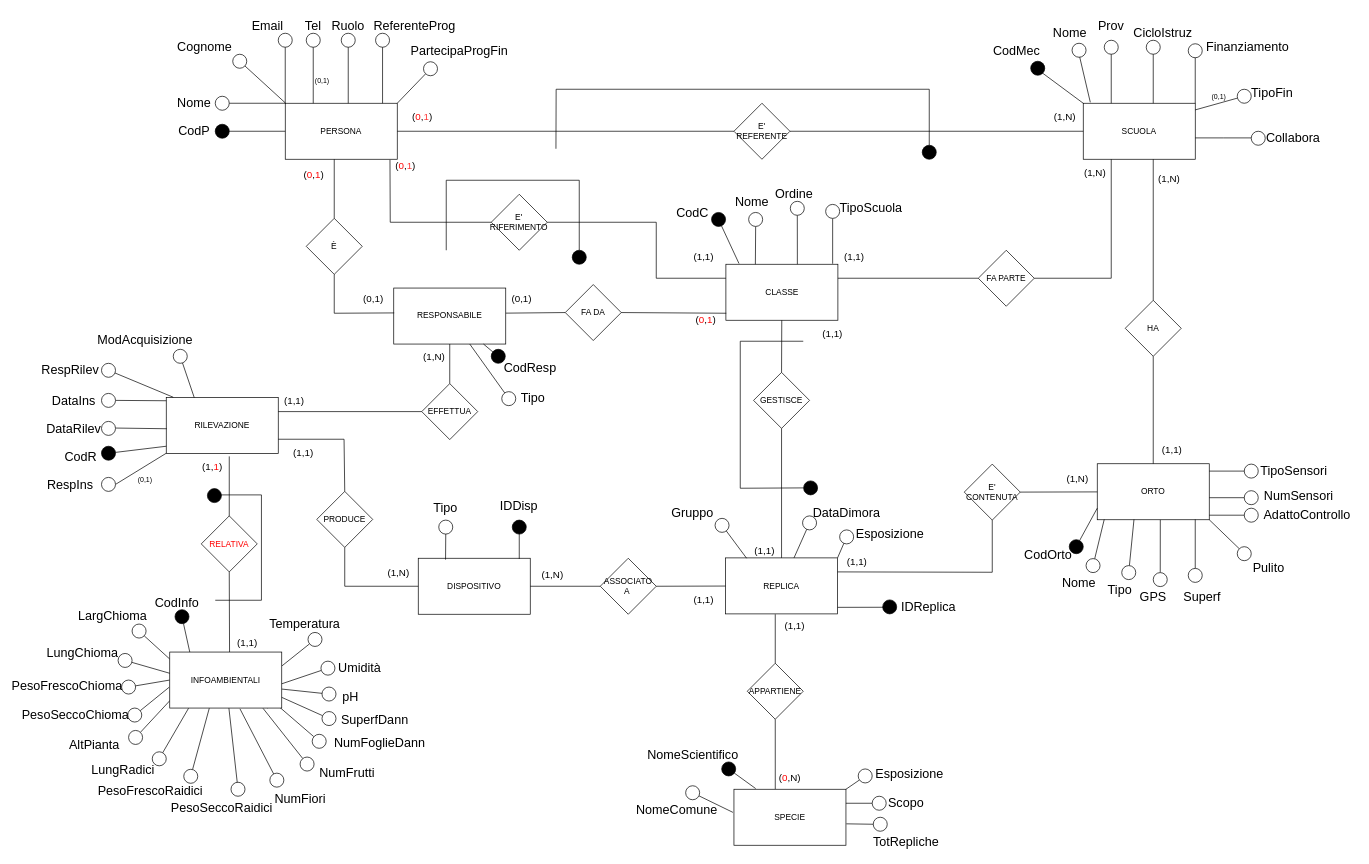
The draw.io diagram BD_ER_Restructured.drawio in pizzo-kyle/unige, before the edit. Source tidied: cells renumbered, new cells numbered last; positions are measured from the earlier drawing's top-left corner, leaving out a move shared by most shapes. Both pictures are drawn from the tidied source at 70%, with x=0, y=0 at pixel (38, 12).
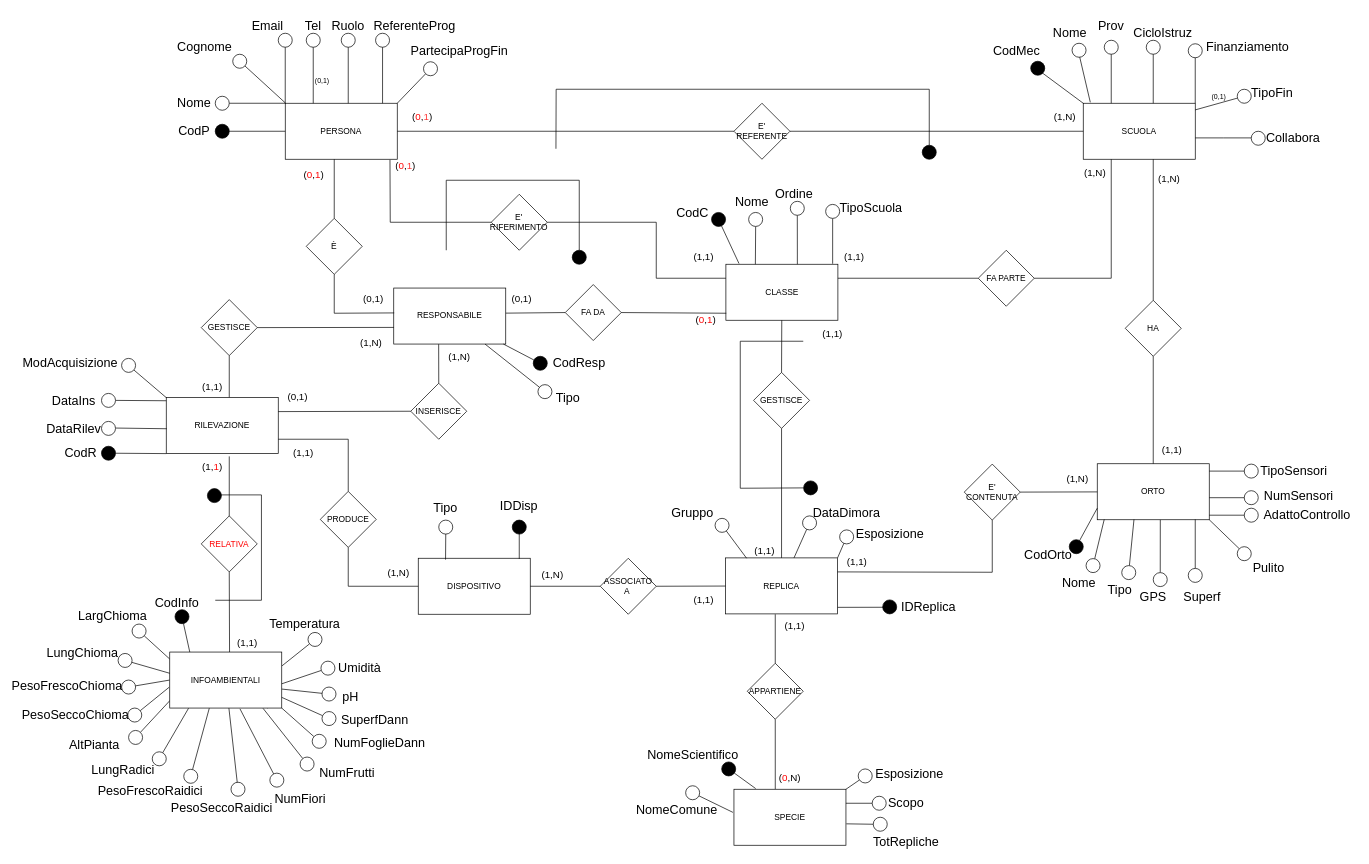
After the change.

Unchanged cells that the change refers to:
```xml
<mxCell id="10" value="RILEVAZIONE" style="rounded=0;whiteSpace=wrap;html=1;" parent="1" vertex="1">
  <mxGeometry x="182" y="550.5" width="160" height="80" as="geometry" />
</mxCell>
<mxCell id="55" style="ellipse;whiteSpace=wrap;html=1;fillColor=#000000;direction=south;" parent="1" vertex="1">
  <mxGeometry x="89.5" y="620" width="20" height="20" as="geometry" />
</mxCell>
<mxCell id="132" style="ellipse;whiteSpace=wrap;html=1;fillColor=#FFFFFF;direction=south;gradientColor=none;" parent="1" vertex="1">
  <mxGeometry x="390.5" y="1031.5" width="20" height="20" as="geometry" />
</mxCell>
<mxCell id="235" value="INFOAMBIENTALI" style="rounded=0;whiteSpace=wrap;html=1;" parent="1" vertex="1">
  <mxGeometry x="187" y="914" width="160" height="80" as="geometry" />
</mxCell>
<mxCell id="252" value="RESPONSABILE" style="rounded=0;whiteSpace=wrap;html=1;" parent="1" vertex="1">
  <mxGeometry x="507" y="394" width="160" height="80" as="geometry" />
</mxCell>
```

Diff of the diagram source:
```diff
@@
-    <mxCell id="54" style="endArrow=none;html=1;rounded=0;" parent="1" edge="1" source="55">
-      <mxGeometry relative="1" as="geometry">
-        <mxPoint x="182" y="620" as="targetPoint" />
-      </mxGeometry>
+    <mxCell id="54" style="endArrow=none;html=1;rounded=0;entryX=0;entryY=1;entryDx=0;entryDy=0;" parent="1" edge="1" source="55" target="10">
+      <mxGeometry relative="1" as="geometry" />
     </mxCell>
@@
     <mxCell id="56" value="&lt;font style=&quot;font-size: 18px;&quot;&gt;CodR&lt;/font&gt;" style="text;html=1;strokeColor=none;fillColor=none;align=center;verticalAlign=middle;whiteSpace=wrap;rounded=0;" parent="1" vertex="1">
-      <mxGeometry x="29.5" y="614.5" width="60" height="40" as="geometry" />
+      <mxGeometry x="29.5" y="610" width="60" height="40" as="geometry" />
     </mxCell>
@@
-    <mxCell id="63" style="endArrow=none;html=1;rounded=0;" parent="1" edge="1">
-      <mxGeometry relative="1" as="geometry">
-        <mxPoint x="109.5" y="674.5" as="sourcePoint" />
-        <mxPoint x="182" y="630" as="targetPoint" />
-      </mxGeometry>
-    </mxCell>
-    <mxCell id="64" style="ellipse;whiteSpace=wrap;html=1;fillColor=#FFFFFF;direction=south;gradientColor=none;" parent="1" vertex="1">
-      <mxGeometry x="89.5" y="664.5" width="20" height="20" as="geometry" />
-    </mxCell>
-    <mxCell id="65" value="&lt;span style=&quot;font-size: 18px;&quot;&gt;RespIns&lt;/span&gt;" style="text;html=1;strokeColor=none;fillColor=none;align=center;verticalAlign=middle;whiteSpace=wrap;rounded=0;" parent="1" vertex="1">
-      <mxGeometry x="-0.5" y="654.5" width="90" height="40" as="geometry" />
-    </mxCell>
@@
-    <mxCell id="131" style="endArrow=none;html=1;rounded=0;entryX=0.98;entryY=0.983;entryDx=0;entryDy=0;entryPerimeter=0;" parent="1" edge="1" source="132" target="235">
+    <mxCell id="131" style="endArrow=none;html=1;rounded=0;entryX=1;entryY=1;entryDx=0;entryDy=0;" parent="1" edge="1" source="132" target="235">
       <mxGeometry relative="1" as="geometry" />
     </mxCell>
@@
     <mxCell id="206" value="PRODUCE" style="rhombus;whiteSpace=wrap;html=1;" parent="1" vertex="1">
-      <mxGeometry x="397" y="684.5" width="80" height="80" as="geometry" />
+      <mxGeometry x="402" y="684.5" width="80" height="80" as="geometry" />
     </mxCell>
     <mxCell id="207" style="endArrow=none;html=1;rounded=0;exitX=0.5;exitY=0;exitDx=0;exitDy=0;" parent="1" edge="1" source="206">
       <mxGeometry relative="1" as="geometry">
         <mxPoint x="342" y="610" as="targetPoint" />
         <Array as="points">
-          <mxPoint x="436" y="610" />
+          <mxPoint x="442" y="610" />
         </Array>
       </mxGeometry>
     </mxCell>
     <mxCell id="208" style="endArrow=none;html=1;rounded=0;entryX=0;entryY=0.5;entryDx=0;entryDy=0;exitX=0.5;exitY=1;exitDx=0;exitDy=0;" parent="1" edge="1" source="206">
       <mxGeometry relative="1" as="geometry">
         <mxPoint x="542" y="820" as="targetPoint" />
         <Array as="points">
-          <mxPoint x="437" y="820" />
+          <mxPoint x="442" y="820" />
         </Array>
       </mxGeometry>
     </mxCell>
@@
-    <mxCell id="211" value="EFFETTUA" style="rhombus;whiteSpace=wrap;html=1;" parent="1" vertex="1">
-      <mxGeometry x="547" y="530.5" width="80" height="80" as="geometry" />
+    <mxCell id="211" value="INSERISCE" style="rhombus;whiteSpace=wrap;html=1;" parent="1" vertex="1">
+      <mxGeometry x="531.3" y="530" width="80" height="80" as="geometry" />
     </mxCell>
@@
-    <mxCell id="215" style="endArrow=none;html=1;rounded=0;entryX=0.25;entryY=0;entryDx=0;entryDy=0;" parent="1" edge="1" source="216" target="10">
+    <mxCell id="215" style="endArrow=none;html=1;rounded=0;entryX=0;entryY=0;entryDx=0;entryDy=0;" parent="1" edge="1" source="216" target="10">
       <mxGeometry relative="1" as="geometry" />
     </mxCell>
     <mxCell id="216" style="ellipse;whiteSpace=wrap;html=1;fillColor=#FFFFFF;direction=south;gradientColor=none;" parent="1" vertex="1">
-      <mxGeometry x="192" y="481.5" width="20" height="20" as="geometry" />
+      <mxGeometry x="118.2" y="494.5" width="20" height="20" as="geometry" />
     </mxCell>
     <mxCell id="217" value="&lt;span style=&quot;font-size: 18px;&quot;&gt;ModAcquisizione&lt;/span&gt;" style="text;html=1;strokeColor=none;fillColor=none;align=center;verticalAlign=middle;whiteSpace=wrap;rounded=0;" parent="1" vertex="1">
-      <mxGeometry x="107" y="449" width="90" height="40" as="geometry" />
+      <mxGeometry x="-0.5" y="481.5" width="90" height="40" as="geometry" />
     </mxCell>
@@
-    <mxCell id="248" value="&lt;font style=&quot;font-size: 10px;&quot;&gt;(0,1)&lt;/font&gt;" style="text;html=1;strokeColor=none;fillColor=none;align=center;verticalAlign=middle;whiteSpace=wrap;rounded=0;fontSize=10;" parent="1" vertex="1">
-      <mxGeometry x="127" y="652" width="50" height="30" as="geometry" />
-    </mxCell>
@@
-    <mxCell id="253" style="endArrow=none;html=1;rounded=0;exitX=0.5;exitY=0;exitDx=0;exitDy=0;" parent="1" edge="1" source="211" target="252">
+    <mxCell id="253" style="endArrow=none;html=1;rounded=0;exitX=0.5;exitY=0;exitDx=0;exitDy=0;entryX=0.401;entryY=1.003;entryDx=0;entryDy=0;entryPerimeter=0;" parent="1" edge="1" source="211" target="252">
       <mxGeometry relative="1" as="geometry" />
     </mxCell>
@@
-    <mxCell id="256" style="endArrow=none;html=1;rounded=0;entryX=1;entryY=0.25;entryDx=0;entryDy=0;exitX=0;exitY=0.5;exitDx=0;exitDy=0;" parent="1" edge="1" source="211" target="10">
+    <mxCell id="256" style="endArrow=none;html=1;rounded=0;exitX=0;exitY=0.5;exitDx=0;exitDy=0;entryX=1;entryY=0.25;entryDx=0;entryDy=0;" parent="1" edge="1" source="211" target="10">
       <mxGeometry relative="1" as="geometry" />
     </mxCell>
@@
     <mxCell id="261" value="&lt;font style=&quot;font-size: 18px;&quot;&gt;CodResp&lt;/font&gt;" style="text;html=1;strokeColor=none;fillColor=none;align=center;verticalAlign=middle;whiteSpace=wrap;rounded=0;" parent="1" vertex="1">
-      <mxGeometry x="672" y="489" width="60" height="40" as="geometry" />
+      <mxGeometry x="742" y="481.5" width="60" height="40" as="geometry" />
     </mxCell>
@@
     <mxCell id="263" style="ellipse;whiteSpace=wrap;html=1;fillColor=#000000;direction=south;" parent="1" vertex="1">
-      <mxGeometry x="646.3" y="481.5" width="20" height="20" as="geometry" />
+      <mxGeometry x="706.3" y="491.5" width="20" height="20" as="geometry" />
     </mxCell>
     <mxCell id="264" style="ellipse;whiteSpace=wrap;html=1;fillColor=#FFFFFF;direction=south;gradientColor=none;" parent="1" vertex="1">
-      <mxGeometry x="661.3" y="542" width="20" height="20" as="geometry" />
+      <mxGeometry x="713" y="532" width="20" height="20" as="geometry" />
     </mxCell>
@@
     <mxCell id="266" value="&lt;font style=&quot;font-size: 18px;&quot;&gt;Tipo&lt;/font&gt;" style="text;html=1;strokeColor=none;fillColor=none;align=center;verticalAlign=middle;whiteSpace=wrap;rounded=0;" parent="1" vertex="1">
-      <mxGeometry x="676.3" y="532" width="60" height="40" as="geometry" />
+      <mxGeometry x="726.3" y="532" width="60" height="40" as="geometry" />
     </mxCell>
@@
     <mxCell id="269" value="&lt;font style=&quot;font-size: 14px;&quot;&gt;(1,N)&lt;/font&gt;" style="text;html=1;strokeColor=none;fillColor=none;align=center;verticalAlign=middle;whiteSpace=wrap;rounded=0;" parent="1" vertex="1">
-      <mxGeometry x="542" y="481.5" width="46" height="20" as="geometry" />
+      <mxGeometry x="578.3" y="481.5" width="46" height="20" as="geometry" />
     </mxCell>
-    <mxCell id="270" value="&lt;font style=&quot;font-size: 14px;&quot;&gt;(1,1)&lt;/font&gt;" style="text;html=1;strokeColor=none;fillColor=none;align=center;verticalAlign=middle;whiteSpace=wrap;rounded=0;" parent="1" vertex="1">
-      <mxGeometry x="342" y="544.5" width="46" height="20" as="geometry" />
+    <mxCell id="270" value="&lt;font style=&quot;font-size: 14px;&quot;&gt;(0,1)&lt;/font&gt;" style="text;html=1;strokeColor=none;fillColor=none;align=center;verticalAlign=middle;whiteSpace=wrap;rounded=0;" parent="1" vertex="1">
+      <mxGeometry x="347.2" y="540" width="46" height="20" as="geometry" />
     </mxCell>
@@
-    <mxCell id="278" style="endArrow=none;html=1;rounded=0;" parent="1" edge="1" source="279">
-      <mxGeometry relative="1" as="geometry">
-        <mxPoint x="192" y="550" as="targetPoint" />
-      </mxGeometry>
-    </mxCell>
-    <mxCell id="279" style="ellipse;whiteSpace=wrap;html=1;fillColor=#FFFFFF;direction=south;gradientColor=none;" parent="1" vertex="1">
-      <mxGeometry x="89.5" y="501.5" width="20" height="20" as="geometry" />
-    </mxCell>
-    <mxCell id="280" value="&lt;span style=&quot;font-size: 18px;&quot;&gt;RespRilev&lt;/span&gt;" style="text;html=1;strokeColor=none;fillColor=none;align=center;verticalAlign=middle;whiteSpace=wrap;rounded=0;" parent="1" vertex="1">
-      <mxGeometry x="-0.5" y="491.5" width="90" height="40" as="geometry" />
-    </mxCell>
@@
+    <mxCell id="283" value="GESTISCE" style="rhombus;whiteSpace=wrap;html=1;" parent="1" vertex="1">
+      <mxGeometry x="232" y="410.5" width="80" height="80" as="geometry" />
+    </mxCell>
+    <mxCell id="284" style="endArrow=none;html=1;rounded=0;exitX=1;exitY=0.5;exitDx=0;exitDy=0;entryX=0.001;entryY=0.703;entryDx=0;entryDy=0;entryPerimeter=0;" parent="1" edge="1" source="283" target="252">
+      <mxGeometry relative="1" as="geometry" />
+    </mxCell>
+    <mxCell id="285" style="endArrow=none;html=1;rounded=0;exitX=0.5;exitY=1;exitDx=0;exitDy=0;" parent="1" edge="1" source="283">
+      <mxGeometry relative="1" as="geometry">
+        <mxPoint x="272" y="550" as="targetPoint" />
+      </mxGeometry>
+    </mxCell>
+    <mxCell id="286" value="&lt;font style=&quot;font-size: 14px;&quot;&gt;(1,N)&lt;/font&gt;" style="text;html=1;strokeColor=none;fillColor=none;align=center;verticalAlign=middle;whiteSpace=wrap;rounded=0;" parent="1" vertex="1">
+      <mxGeometry x="452" y="461.5" width="46" height="20" as="geometry" />
+    </mxCell>
+    <mxCell id="287" value="&lt;font style=&quot;font-size: 14px;&quot;&gt;(1,1)&lt;/font&gt;" style="text;html=1;strokeColor=none;fillColor=none;align=center;verticalAlign=middle;whiteSpace=wrap;rounded=0;" parent="1" vertex="1">
+      <mxGeometry x="224.5" y="524.5" width="46" height="20" as="geometry" />
+    </mxCell>
```
